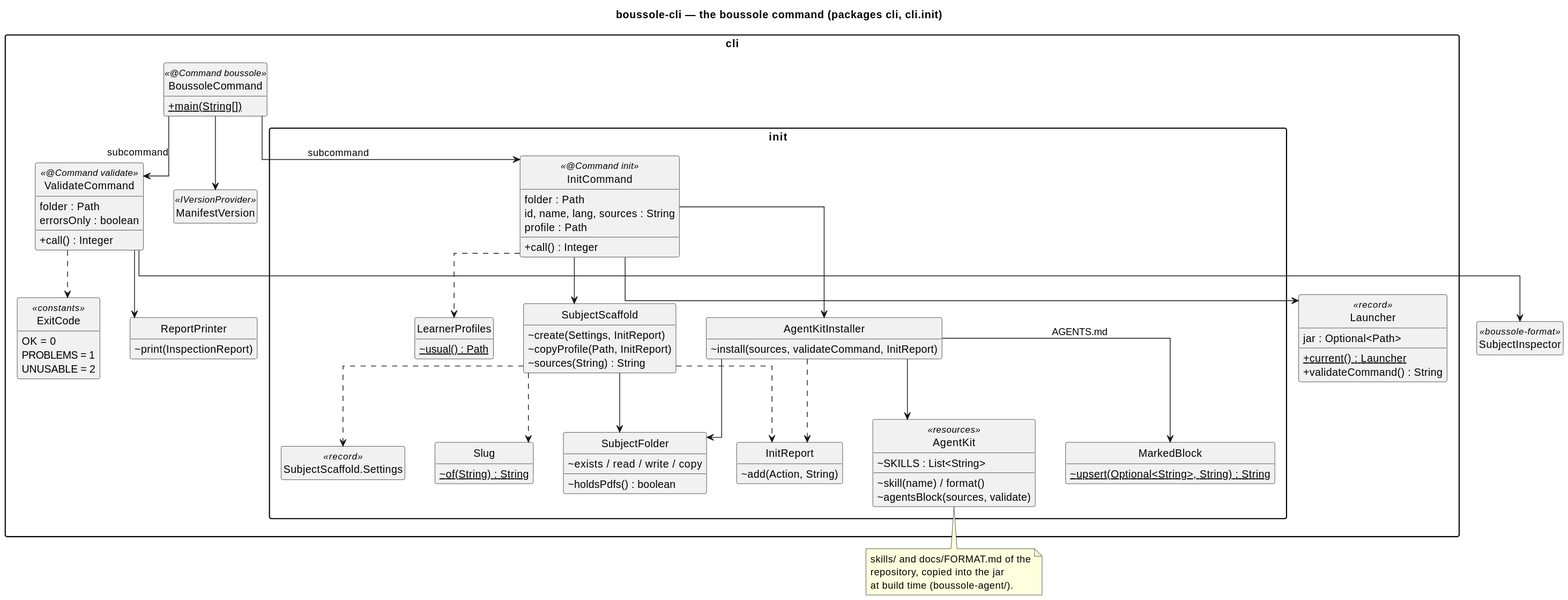
This is docs/diagrams/40-cli.svg from lucasssoh/Boussole, a PlantUML export, as it was before one commit.
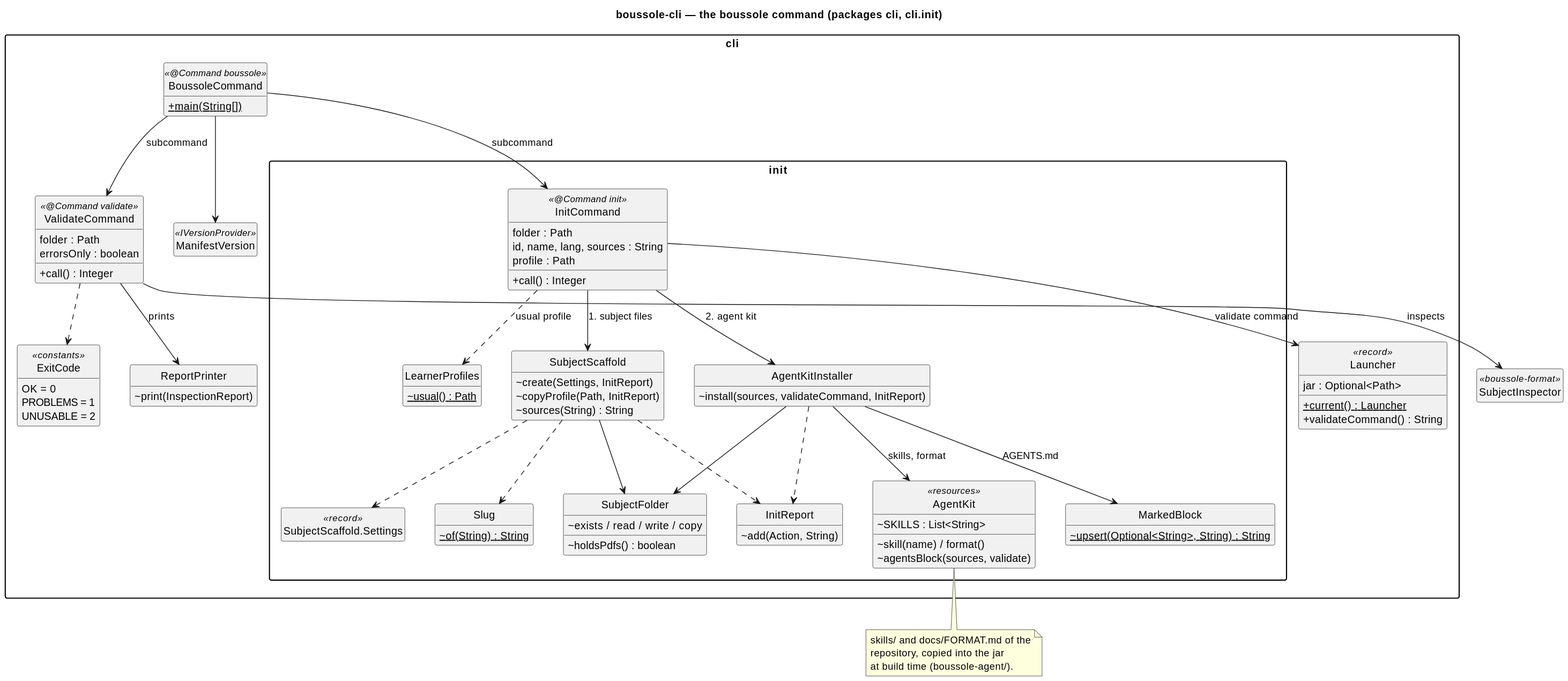
The same diagram one commit later.

The edit, as a diff of the source:
```diff
@@ -1,7 +1,6 @@
 @startuml
 skinparam packageStyle rectangle
 skinparam classAttributeIconSize 0
-skinparam linetype ortho
 skinparam nodesep 40
 skinparam ranksep 50
 hide empty members
@@ -77,18 +76,18 @@
 BoussoleCommand --> ValidateCommand : subcommand
 BoussoleCommand --> InitCommand : subcommand
 BoussoleCommand --> ManifestVersion
-ValidateCommand --> SubjectInspector
-ValidateCommand --> ReportPrinter
+ValidateCommand --> SubjectInspector : inspects
+ValidateCommand --> ReportPrinter : prints
 ValidateCommand ..> ExitCode
-InitCommand --> SubjectScaffold
-InitCommand --> AgentKitInstaller
-InitCommand --> Launcher
-InitCommand ..> LearnerProfiles
+InitCommand --> SubjectScaffold : 1. subject files
+InitCommand --> AgentKitInstaller : 2. agent kit
+InitCommand --> Launcher : validate command
+InitCommand ..> LearnerProfiles : usual profile
 SubjectScaffold --> SubjectFolder
 SubjectScaffold ..> Settings
 SubjectScaffold ..> Slug
 AgentKitInstaller --> SubjectFolder
-AgentKitInstaller --> AgentKit
+AgentKitInstaller --> AgentKit : skills, format
 AgentKitInstaller --> MarkedBlock : AGENTS.md
 SubjectScaffold ..> InitReport
 AgentKitInstaller ..> InitReport
```
